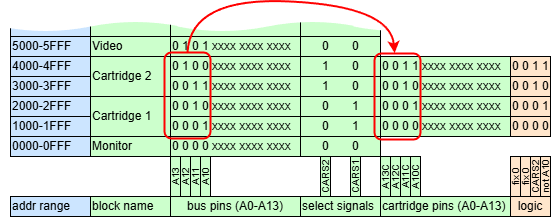
Above: images/cartridgeaddresmap.png in maarten-pennings/P2000 (draw.io), before the change. Source tidied: cells renumbered, new cells last; positions are measured from the earlier drawing's top-left corner, leaving out a move shared by most shapes.
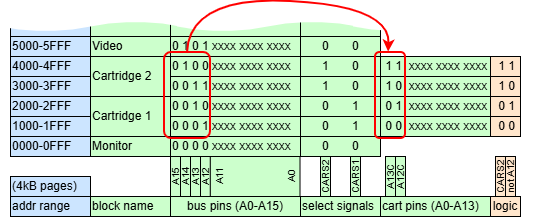
The same diagram one commit later.

Commit message:
Corrected Addressing

Diff of the diagram source:
```diff
@@ -68,19 +68,19 @@
     <mxCell id="23" value="block name" style="rounded=0;whiteSpace=wrap;html=1;fillColor=#CCFFCC;align=left;" parent="1" vertex="1">
       <mxGeometry x="90" y="200" width="80" height="20" as="geometry" />
     </mxCell>
-    <mxCell id="24" value="bus pins (A0-A13)" style="rounded=0;whiteSpace=wrap;html=1;fillColor=#CCFFCC;align=center;" parent="1" vertex="1">
+    <mxCell id="24" value="bus pins (A0-A15)" style="rounded=0;whiteSpace=wrap;html=1;fillColor=#CCFFCC;align=center;" parent="1" vertex="1">
       <mxGeometry x="170" y="200" width="130" height="20" as="geometry" />
     </mxCell>
-    <mxCell id="25" value="A13" style="rounded=0;whiteSpace=wrap;html=1;fillColor=#CCFFCC;align=center;rotation=-90;fontSize=10;" parent="1" vertex="1">
+    <mxCell id="25" value="A15" style="rounded=0;whiteSpace=wrap;html=1;fillColor=#CCFFCC;align=center;rotation=-90;fontSize=10;" parent="1" vertex="1">
       <mxGeometry x="155" y="175" width="40" height="10" as="geometry" />
     </mxCell>
-    <mxCell id="26" value="A12" style="rounded=0;whiteSpace=wrap;html=1;fillColor=#CCFFCC;align=center;rotation=-90;fontSize=10;" parent="1" vertex="1">
+    <mxCell id="26" value="A14" style="rounded=0;whiteSpace=wrap;html=1;fillColor=#CCFFCC;align=center;rotation=-90;fontSize=10;" parent="1" vertex="1">
       <mxGeometry x="165" y="175" width="40" height="10" as="geometry" />
     </mxCell>
-    <mxCell id="27" value="A11" style="rounded=0;whiteSpace=wrap;html=1;fillColor=#CCFFCC;align=center;rotation=-90;fontSize=10;" parent="1" vertex="1">
+    <mxCell id="27" value="A13" style="rounded=0;whiteSpace=wrap;html=1;fillColor=#CCFFCC;align=center;rotation=-90;fontSize=10;" parent="1" vertex="1">
       <mxGeometry x="175" y="175" width="40" height="10" as="geometry" />
     </mxCell>
-    <mxCell id="28" value="A10" style="rounded=0;whiteSpace=wrap;html=1;fillColor=#CCFFCC;align=center;rotation=-90;fontSize=10;" parent="1" vertex="1">
+    <mxCell id="28" value="A12" style="rounded=0;whiteSpace=wrap;html=1;fillColor=#CCFFCC;align=center;rotation=-90;fontSize=10;" parent="1" vertex="1">
       <mxGeometry x="185" y="175" width="40" height="10" as="geometry" />
     </mxCell>
     <mxCell id="29" value="select signals" style="rounded=0;whiteSpace=wrap;html=1;fillColor=#CCFFCC;align=left;" parent="1" vertex="1">
@@ -119,38 +119,32 @@
     <mxCell id="40" style="shape=document;whiteSpace=wrap;html=1;boundedLbl=1;size=0.3333333333333333;strokeColor=none;" parent="1" vertex="1">
       <mxGeometry x="353" y="5" width="180" height="30" as="geometry" />
     </mxCell>
-    <mxCell id="41" value="A13C" style="rounded=0;whiteSpace=wrap;html=1;fillColor=#CCFFCC;align=center;rotation=-90;fontSize=10;" parent="1" vertex="1">
-      <mxGeometry x="365" y="175" width="40" height="10" as="geometry" />
-    </mxCell>
-    <mxCell id="42" value="A12C" style="rounded=0;whiteSpace=wrap;html=1;fillColor=#CCFFCC;align=center;rotation=-90;fontSize=10;" parent="1" vertex="1">
-      <mxGeometry x="375" y="175" width="40" height="10" as="geometry" />
-    </mxCell>
-    <mxCell id="43" value="A11C" style="rounded=0;whiteSpace=wrap;html=1;fillColor=#CCFFCC;align=center;rotation=-90;fontSize=10;" parent="1" vertex="1">
-      <mxGeometry x="385" y="175" width="40" height="10" as="geometry" />
+    <mxCell id="43" value="A13C" style="rounded=0;whiteSpace=wrap;html=1;fillColor=#CCFFCC;align=center;rotation=-90;fontSize=10;" parent="1" vertex="1">
+      <mxGeometry x="370" y="175" width="40" height="10" as="geometry" />
     </mxCell>
-    <mxCell id="44" value="A10C" style="rounded=0;whiteSpace=wrap;html=1;fillColor=#CCFFCC;align=center;rotation=-90;fontSize=10;" parent="1" vertex="1">
-      <mxGeometry x="395" y="175" width="40" height="10" as="geometry" />
+    <mxCell id="44" value="A12C" style="rounded=0;whiteSpace=wrap;html=1;fillColor=#CCFFCC;align=center;rotation=-90;fontSize=10;" parent="1" vertex="1">
+      <mxGeometry x="380" y="175" width="40" height="10" as="geometry" />
     </mxCell>
-    <mxCell id="45" value="0 0 0 0 xxxx xxxx xxxx" style="rounded=0;whiteSpace=wrap;html=1;fillColor=#CCFFCC;align=left;" parent="1" vertex="1">
-      <mxGeometry x="380" y="120" width="130" height="20" as="geometry" />
+    <mxCell id="45" value="&amp;nbsp;0 0&amp;nbsp; xxxx xxxx xxxx" style="rounded=0;whiteSpace=wrap;html=1;fillColor=#CCFFCC;align=left;" parent="1" vertex="1">
+      <mxGeometry x="380" y="120" width="110" height="20" as="geometry" />
     </mxCell>
-    <mxCell id="46" value="cartridge pins (A0-A13)" style="rounded=0;whiteSpace=wrap;html=1;fillColor=#CCFFCC;align=left;" parent="1" vertex="1">
-      <mxGeometry x="380" y="200" width="130" height="20" as="geometry" />
+    <mxCell id="46" value="cart pins (A0-A13)" style="rounded=0;whiteSpace=wrap;html=1;fillColor=#CCFFCC;align=left;" parent="1" vertex="1">
+      <mxGeometry x="380" y="200" width="110" height="20" as="geometry" />
     </mxCell>
-    <mxCell id="47" value="0 0 0 1 xxxx xxxx xxxx" style="rounded=0;whiteSpace=wrap;html=1;fillColor=#CCFFCC;align=left;" parent="1" vertex="1">
-      <mxGeometry x="380" y="100" width="130" height="20" as="geometry" />
+    <mxCell id="47" value="&amp;nbsp;0 1&amp;nbsp; xxxx xxxx xxxx" style="rounded=0;whiteSpace=wrap;html=1;fillColor=#CCFFCC;align=left;" parent="1" vertex="1">
+      <mxGeometry x="380" y="100" width="110" height="20" as="geometry" />
     </mxCell>
-    <mxCell id="48" value="0 0 1 0 xxxx xxxx xxxx" style="rounded=0;whiteSpace=wrap;html=1;fillColor=#CCFFCC;align=left;" parent="1" vertex="1">
-      <mxGeometry x="380" y="80" width="130" height="20" as="geometry" />
+    <mxCell id="48" value="&amp;nbsp;1 0&amp;nbsp; xxxx xxxx xxxx" style="rounded=0;whiteSpace=wrap;html=1;fillColor=#CCFFCC;align=left;" parent="1" vertex="1">
+      <mxGeometry x="380" y="80" width="110" height="20" as="geometry" />
     </mxCell>
-    <mxCell id="49" value="0 0 1 1 xxxx xxxx xxxx" style="rounded=0;whiteSpace=wrap;html=1;fillColor=#CCFFCC;align=left;" parent="1" vertex="1">
-      <mxGeometry x="380" y="60" width="130" height="20" as="geometry" />
+    <mxCell id="49" value="&amp;nbsp;1 1&amp;nbsp; xxxx xxxx xxxx" style="rounded=0;whiteSpace=wrap;html=1;fillColor=#CCFFCC;align=left;" parent="1" vertex="1">
+      <mxGeometry x="380" y="60" width="110" height="20" as="geometry" />
     </mxCell>
     <mxCell id="50" style="rounded=1;whiteSpace=wrap;html=1;fillColor=none;strokeColor=#FF0000;strokeWidth=2;" parent="1" vertex="1">
       <mxGeometry x="164" y="56" width="46" height="86" as="geometry" />
     </mxCell>
     <mxCell id="51" style="rounded=1;whiteSpace=wrap;html=1;fillColor=none;strokeColor=#FF0000;strokeWidth=2;" parent="1" vertex="1">
-      <mxGeometry x="374" y="57" width="46" height="86" as="geometry" />
+      <mxGeometry x="375" y="56" width="30" height="86" as="geometry" />
     </mxCell>
     <mxCell id="52" style="curved=1;endArrow=classic;html=1;rounded=0;entryX=0.438;entryY=-0.005;entryDx=0;entryDy=0;entryPerimeter=0;exitX=0.5;exitY=0;exitDx=0;exitDy=0;strokeColor=#FF0000;strokeWidth=2;" parent="1" edge="1" source="50" target="51">
       <mxGeometry relative="1" as="geometry">
@@ -160,32 +154,35 @@
         </Array>
       </mxGeometry>
     </mxCell>
-    <mxCell id="53" value="fix 0" style="rounded=0;whiteSpace=wrap;html=1;fillColor=#FFE6CC;align=center;rotation=-90;fontSize=10;" parent="1" vertex="1">
-      <mxGeometry x="495" y="175" width="40" height="10" as="geometry" />
-    </mxCell>
-    <mxCell id="54" value="fix 0" style="rounded=0;whiteSpace=wrap;html=1;fillColor=#FFE6CC;align=center;rotation=-90;fontSize=10;" parent="1" vertex="1">
-      <mxGeometry x="505" y="175" width="40" height="10" as="geometry" />
-    </mxCell>
     <mxCell id="55" value="CARS2" style="rounded=0;whiteSpace=wrap;html=1;fillColor=#FFE6CC;align=center;rotation=-90;fontSize=10;" parent="1" vertex="1">
-      <mxGeometry x="515" y="175" width="40" height="10" as="geometry" />
+      <mxGeometry x="480" y="175" width="40" height="10" as="geometry" />
     </mxCell>
-    <mxCell id="56" value="not A10" style="rounded=0;whiteSpace=wrap;html=1;fillColor=#FFE6CC;align=center;rotation=-90;fontSize=10;" parent="1" vertex="1">
-      <mxGeometry x="525" y="175" width="40" height="10" as="geometry" />
+    <mxCell id="56" value="not A12" style="rounded=0;whiteSpace=wrap;html=1;fillColor=#FFE6CC;align=center;rotation=-90;fontSize=10;" parent="1" vertex="1">
+      <mxGeometry x="490" y="175" width="40" height="10" as="geometry" />
     </mxCell>
-    <mxCell id="57" value="0 0 0 0" style="rounded=0;whiteSpace=wrap;html=1;fillColor=#FFE6CC;align=left;" parent="1" vertex="1">
-      <mxGeometry x="510" y="120" width="40" height="20" as="geometry" />
+    <mxCell id="57" value="&amp;nbsp;0 0" style="rounded=0;whiteSpace=wrap;html=1;fillColor=#FFE6CC;align=center;" parent="1" vertex="1">
+      <mxGeometry x="490" y="120" width="30" height="20" as="geometry" />
     </mxCell>
-    <mxCell id="58" value="0 0 0 1" style="rounded=0;whiteSpace=wrap;html=1;fillColor=#FFE6CC;align=left;" parent="1" vertex="1">
-      <mxGeometry x="510" y="100" width="40" height="20" as="geometry" />
+    <mxCell id="58" value="&amp;nbsp;0 1" style="rounded=0;whiteSpace=wrap;html=1;fillColor=#FFE6CC;align=center;" parent="1" vertex="1">
+      <mxGeometry x="490" y="100" width="30" height="20" as="geometry" />
     </mxCell>
-    <mxCell id="59" value="0 0 1 0" style="rounded=0;whiteSpace=wrap;html=1;fillColor=#FFE6CC;align=left;" parent="1" vertex="1">
-      <mxGeometry x="510" y="80" width="40" height="20" as="geometry" />
+    <mxCell id="59" value="&amp;nbsp;1 0" style="rounded=0;whiteSpace=wrap;html=1;fillColor=#FFE6CC;align=center;" parent="1" vertex="1">
+      <mxGeometry x="490" y="80" width="30" height="20" as="geometry" />
     </mxCell>
-    <mxCell id="60" value="0 0 1 1" style="rounded=0;whiteSpace=wrap;html=1;fillColor=#FFE6CC;align=left;" parent="1" vertex="1">
-      <mxGeometry x="510" y="60" width="40" height="20" as="geometry" />
+    <mxCell id="60" value="&amp;nbsp;1 1" style="rounded=0;whiteSpace=wrap;html=1;fillColor=#FFE6CC;align=center;" parent="1" vertex="1">
+      <mxGeometry x="490" y="60" width="30" height="20" as="geometry" />
     </mxCell>
     <mxCell id="61" value="logic" style="rounded=0;whiteSpace=wrap;html=1;fillColor=#FFE6CC;align=center;" parent="1" vertex="1">
-      <mxGeometry x="510" y="200" width="40" height="20" as="geometry" />
+      <mxGeometry x="490" y="200" width="30" height="20" as="geometry" />
     </mxCell>
+    <mxCell id="62" value="A0" style="rounded=0;whiteSpace=wrap;html=1;fillColor=#CCFFCC;align=center;rotation=-90;fontSize=10;verticalAlign=bottom;strokeColor=none;" parent="1" vertex="1">
+      <mxGeometry x="234.6" y="135.1" width="40" height="89.8" as="geometry" />
+    </mxCell>
+    <mxCell id="63" value="A11" style="rounded=0;whiteSpace=wrap;html=1;fillColor=none;align=center;rotation=-90;fontSize=10;verticalAlign=top;strokeColor=default;spacing=-1.9685;" parent="1" vertex="1">
+      <mxGeometry x="234.6" y="135.1" width="40" height="89.8" as="geometry" />
+    </mxCell>
+    <mxCell id="64" value="(4kB pages)" style="rounded=0;whiteSpace=wrap;html=1;fillColor=#CCE5FF;align=left;" parent="1" vertex="1">
+      <mxGeometry x="10" y="180" width="80" height="20" as="geometry" />
+    </mxCell>
   </root>
 </mxGraphModel>
```
